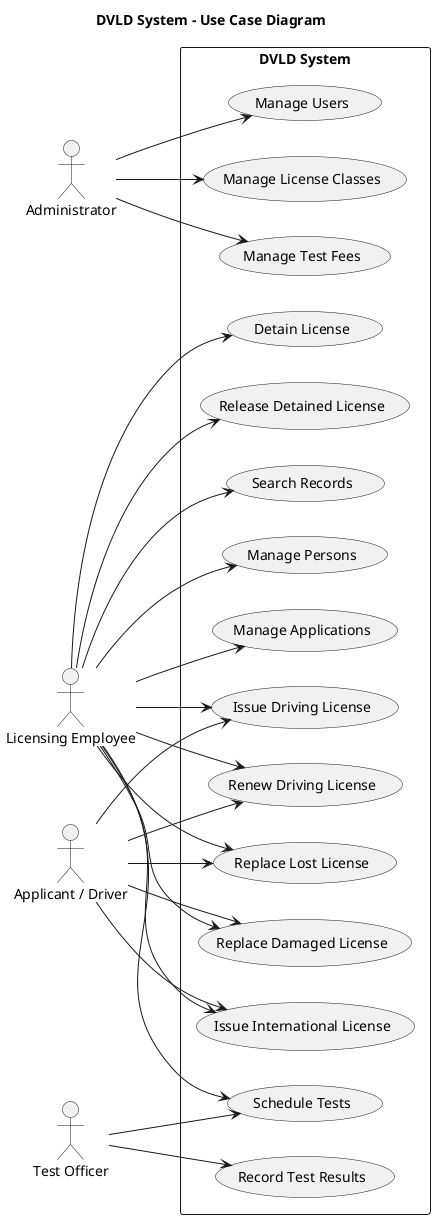
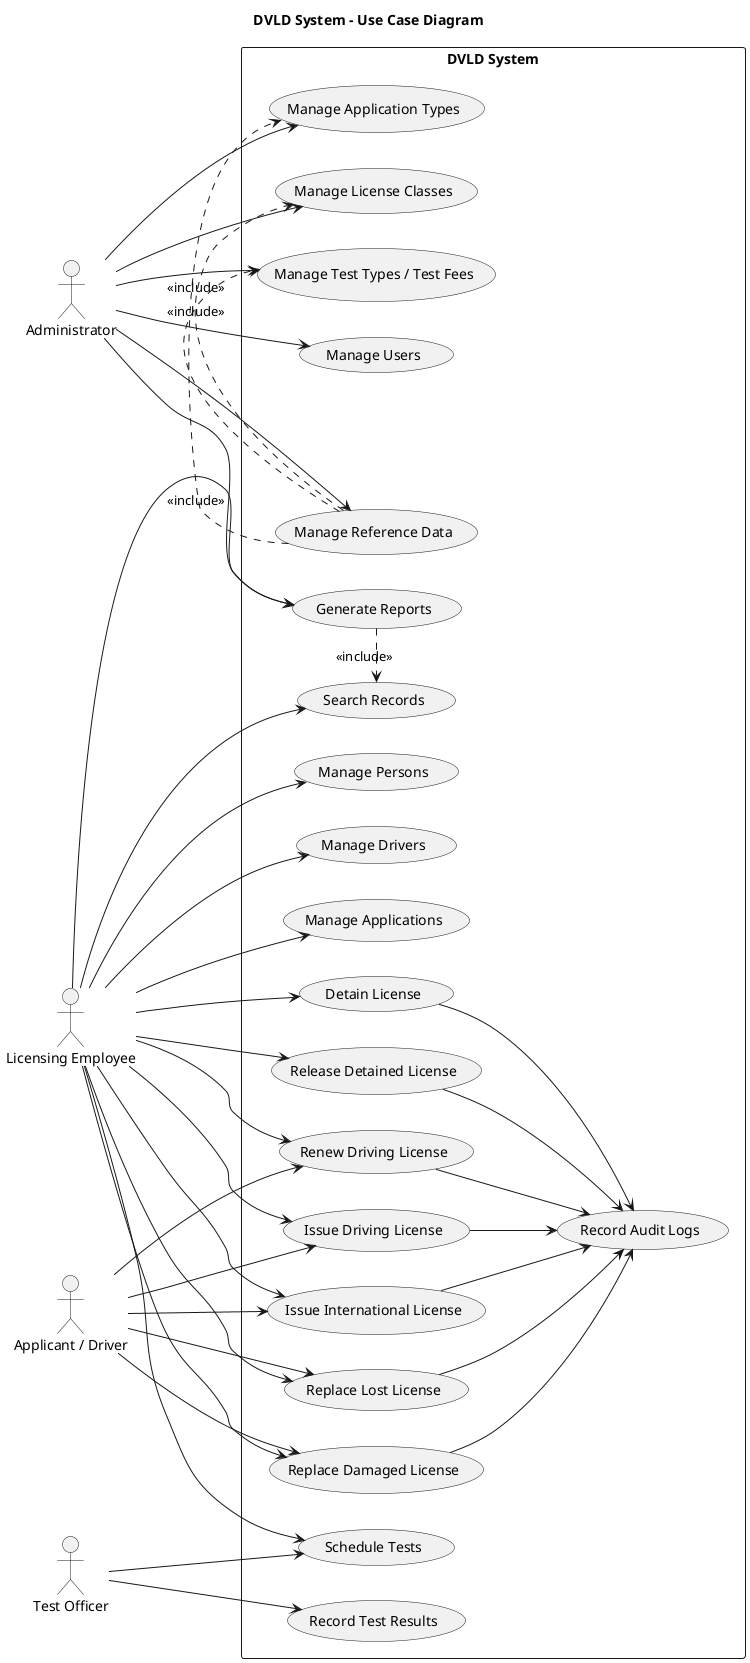
@startuml use-case-diagram
title DVLD System - Use Case Diagram

left to right direction
skinparam shadowing false

actor "Administrator" as Admin
actor "Licensing Employee" as Employee
actor "Test Officer" as Officer
- actor "Applicant / Driver" as Driver
+ actor "Applicant / Driver" as Applicant

rectangle "DVLD System" {
- 
  usecase "Manage Users" as UC1
  usecase "Manage Persons" as UC2
-   usecase "Manage Applications" as UC3
-   usecase "Schedule Tests" as UC4
-   usecase "Record Test Results" as UC5
-   usecase "Issue Driving License" as UC6
-   usecase "Renew Driving License" as UC7
-   usecase "Replace Lost License" as UC8
-   usecase "Replace Damaged License" as UC9
-   usecase "Detain License" as UC10
-   usecase "Release Detained License" as UC11
-   usecase "Issue International License" as UC12
-   usecase "Search Records" as UC13
-   usecase "Manage License Classes" as UC14
-   usecase "Manage Test Fees" as UC15
+   usecase "Manage Drivers" as UC3
+   usecase "Manage Applications" as UC4
+   usecase "Manage Application Types" as UC5
+   usecase "Manage License Classes" as UC6
+   usecase "Manage Test Types / Test Fees" as UC7
+   usecase "Manage Reference Data" as UC19
+ 
+   usecase "Schedule Tests" as UC8
+   usecase "Record Test Results" as UC9
+ 
+   usecase "Issue Driving License" as UC10
+   usecase "Renew Driving License" as UC11
+   usecase "Replace Lost License" as UC12
+   usecase "Replace Damaged License" as UC13
+   usecase "Detain License" as UC14
+   usecase "Release Detained License" as UC15
+   usecase "Issue International License" as UC16
+ 
+   usecase "Search Records" as UC17
+   usecase "Record Audit Logs" as UC18
+   usecase "Generate Reports" as UC20
}

Admin --> UC1
- Admin --> UC14
- Admin --> UC15
+ Admin --> UC5
+ Admin --> UC6
+ Admin --> UC7
+ Admin --> UC19
+ Admin --> UC20

Employee --> UC2
Employee --> UC3
Employee --> UC4
- Employee --> UC6
- Employee --> UC7
Employee --> UC8
- Employee --> UC9
Employee --> UC10
Employee --> UC11
Employee --> UC12
Employee --> UC13
+ Employee --> UC14
+ Employee --> UC15
+ Employee --> UC16
+ Employee --> UC17
+ Employee --> UC20

- Officer --> UC4
- Officer --> UC5
+ Officer --> UC8
+ Officer --> UC9

- Driver --> UC6
- Driver --> UC7
- Driver --> UC8
- Driver --> UC9
- Driver --> UC12
+ Applicant --> UC10
+ Applicant --> UC11
+ Applicant --> UC12
+ Applicant --> UC13
+ Applicant --> UC16

- @enduml+ UC10 --> UC18
+ UC11 --> UC18
+ UC12 --> UC18
+ UC13 --> UC18
+ UC14 --> UC18
+ UC15 --> UC18
+ UC16 --> UC18
+ UC19 .> UC5 : <<include>>
+ UC19 .> UC6 : <<include>>
+ UC19 .> UC7 : <<include>>
+ UC20 .> UC17 : <<include>>
+ 
+ @enduml
